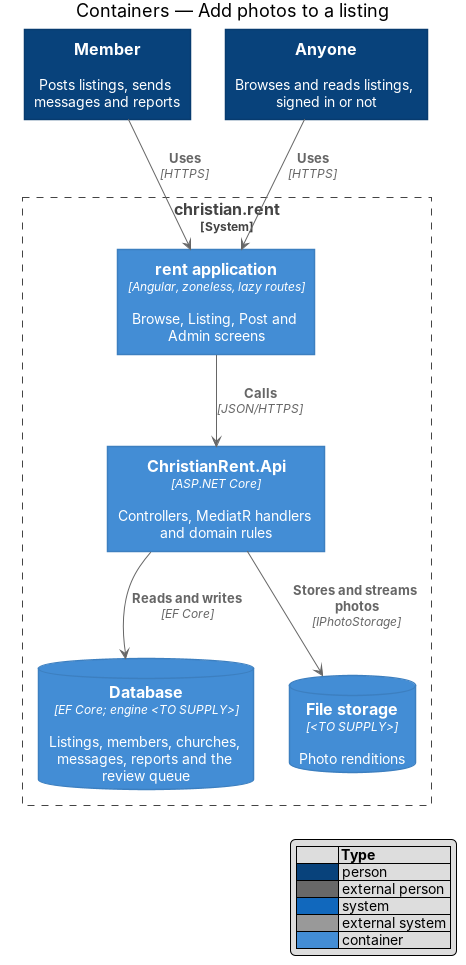
Earlier version of the PlantUML export docs/detailed-designs/post/add-photos/diagrams/c4-container.png (QuinntyneBrown/christian-rent). Its source is kept beside it as docs/detailed-designs/post/add-photos/diagrams/c4-container.puml.
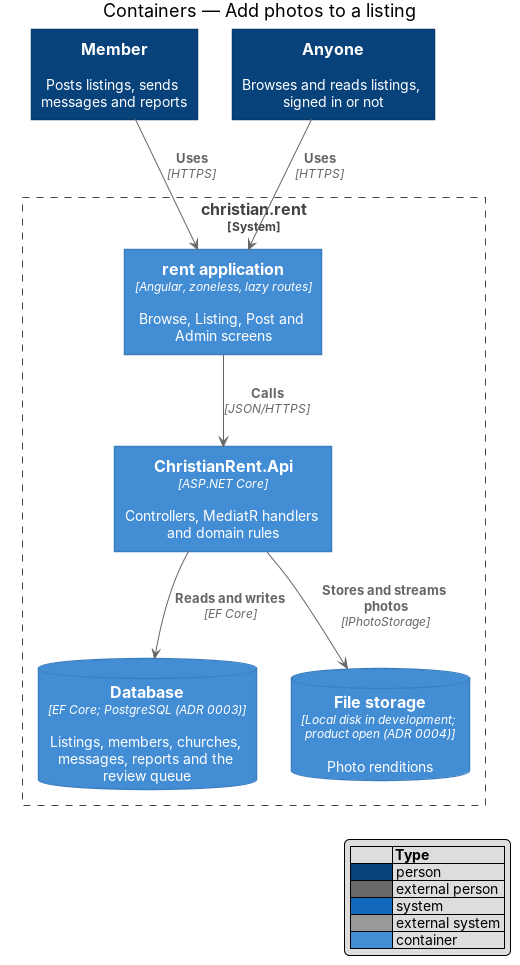
After the change.

Change to the diagram source:
```diff
@@ -8,8 +8,8 @@
 System_Boundary(cr, "christian.rent") {
   Container(spa, "rent application", "Angular, zoneless, lazy routes", "Browse, Listing, Post and Admin screens")
   Container(api, "ChristianRent.Api", "ASP.NET Core", "Controllers, MediatR handlers and domain rules")
-  ContainerDb(db, "Database", "EF Core; engine <TO SUPPLY>", "Listings, members, churches, messages, reports and the review queue")
-  ContainerDb(files, "File storage", "<TO SUPPLY>", "Photo renditions")
+  ContainerDb(db, "Database", "EF Core; PostgreSQL (ADR 0003)", "Listings, members, churches, messages, reports and the review queue")
+  ContainerDb(files, "File storage", "Local disk in development; product open (ADR 0004)", "Photo renditions")
 }
 Rel(member, spa, "Uses", "HTTPS")
 Rel(anyone, spa, "Uses", "HTTPS")
```
